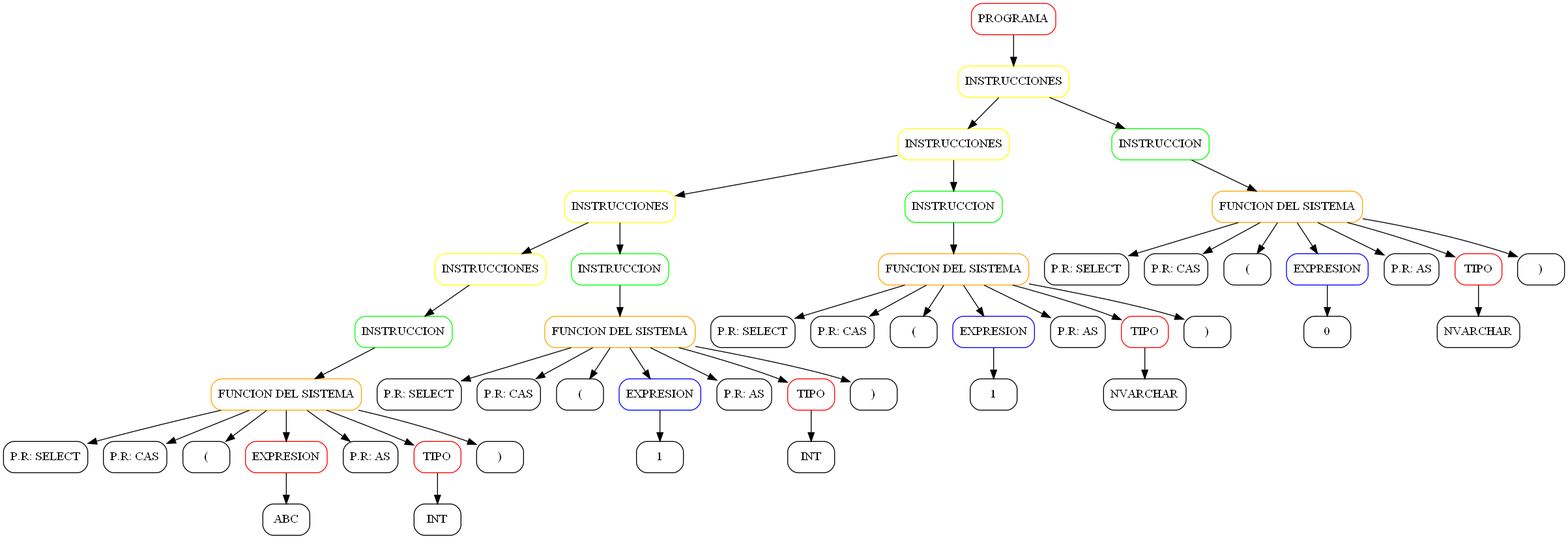
This is REPORTES/ARBOL/Query1.png from Eduardo1232000/OLC2-Proyecto1-3013805890101-2253625030901, a Graphviz export, as it was before one commit. Its source is kept beside it as REPORTES/ARBOL/Query1.dot.
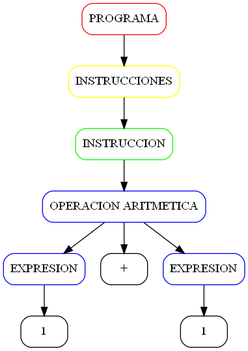
The same diagram one commit later.

Diff of the diagram source:
```diff
@@ -1,100 +1,20 @@
 digraph AST {
 node [shape=box, style=rounded];
-n9337679673[label="PROGRAMA" color="red"];
-n5073407990[label="INSTRUCCIONES" color="yellow"];
-n3522806836[label="INSTRUCCIONES" color="yellow"];
-n4946181949[label="INSTRUCCIONES" color="yellow"];
-n5564495911[label="INSTRUCCIONES" color="yellow"];
-n8078818508[label="INSTRUCCION" color="green"];
-n2171983502[label="FUNCION DEL SISTEMA" color="ORANGE"];
-n8000608158[label="P.R: SELECT" color="black"];
-n2171983502 -> n8000608158;
-n107181853[label="P.R: CAS" color="black"];
-n2171983502 -> n107181853;
-n3535733538[label="(" color="black"];
-n2171983502 -> n3535733538;
-n9427883044[label="EXPRESION" color="red"];
-n9739786805[label="ABC" color="black"];
-n9427883044 -> n9739786805;
-n2171983502 -> n9427883044;
-n9631284499[label="P.R: AS" color="black"];
-n2171983502 -> n9631284499;
-n5145216668[label="TIPO" color="red"];
-n5877692655[label="INT" color="black"];
-n5145216668 -> n5877692655;
-n2171983502 -> n5145216668;
-n3792011265[label=")" color="black"];
-n2171983502 -> n3792011265;
-n8078818508 -> n2171983502;
-n5564495911 -> n8078818508;
-n4946181949 -> n5564495911;
-n8700046115[label="INSTRUCCION" color="green"];
-n9846009032[label="FUNCION DEL SISTEMA" color="ORANGE"];
-n4687306324[label="P.R: SELECT" color="black"];
-n9846009032 -> n4687306324;
-n8474807519[label="P.R: CAS" color="black"];
-n9846009032 -> n8474807519;
-n329217504[label="(" color="black"];
-n9846009032 -> n329217504;
-n6994609960[label="EXPRESION" color="blue"];
-n2593455195[label="1" color="black"];
-n6994609960 -> n2593455195;
-n9846009032 -> n6994609960;
-n7449066591[label="P.R: AS" color="black"];
-n9846009032 -> n7449066591;
-n4314371347[label="TIPO" color="red"];
-n4601009059[label="INT" color="black"];
-n4314371347 -> n4601009059;
-n9846009032 -> n4314371347;
-n8415596453[label=")" color="black"];
-n9846009032 -> n8415596453;
-n8700046115 -> n9846009032;
-n4946181949 -> n8700046115;
-n3522806836 -> n4946181949;
-n6994036718[label="INSTRUCCION" color="green"];
-n7008363224[label="FUNCION DEL SISTEMA" color="ORANGE"];
-n3247039778[label="P.R: SELECT" color="black"];
-n7008363224 -> n3247039778;
-n9908584799[label="P.R: CAS" color="black"];
-n7008363224 -> n9908584799;
-n9038994030[label="(" color="black"];
-n7008363224 -> n9038994030;
-n3067422960[label="EXPRESION" color="blue"];
-n5391144148[label="1" color="black"];
-n3067422960 -> n5391144148;
-n7008363224 -> n3067422960;
-n8991025572[label="P.R: AS" color="black"];
-n7008363224 -> n8991025572;
-n6665583188[label="TIPO" color="red"];
-n8998189491[label="NVARCHAR" color="black"];
-n6665583188 -> n8998189491;
-n7008363224 -> n6665583188;
-n3948626616[label=")" color="black"];
-n7008363224 -> n3948626616;
-n6994036718 -> n7008363224;
-n3522806836 -> n6994036718;
-n5073407990 -> n3522806836;
-n4529636760[label="INSTRUCCION" color="green"];
-n4611014353[label="FUNCION DEL SISTEMA" color="ORANGE"];
-n679074640[label="P.R: SELECT" color="black"];
-n4611014353 -> n679074640;
-n724374344[label="P.R: CAS" color="black"];
-n4611014353 -> n724374344;
-n7677630791[label="(" color="black"];
-n4611014353 -> n7677630791;
-n4471378450[label="EXPRESION" color="blue"];
-n207655150[label="0" color="black"];
-n4471378450 -> n207655150;
-n4611014353 -> n4471378450;
-n8986356258[label="P.R: AS" color="black"];
-n4611014353 -> n8986356258;
-n7847964200[label="TIPO" color="red"];
-n6389851471[label="NVARCHAR" color="black"];
-n7847964200 -> n6389851471;
-n4611014353 -> n7847964200;
-n3598341496[label=")" color="black"];
-n4611014353 -> n3598341496;
-n4529636760 -> n4611014353;
-n5073407990 -> n4529636760;
-n9337679673 -> n5073407990;
+n4337987873[label="PROGRAMA" color="red"];
+n6999509080[label="INSTRUCCIONES" color="yellow"];
+n4375047680[label="INSTRUCCION" color="green"];
+n1339965662[label="OPERACION ARITMETICA" color="blue"];
+n5389726854[label="EXPRESION" color="blue"];
+n8958386913[label="1" color="black"];
+n5389726854 -> n8958386913;
+n1339965662 -> n5389726854;
+n3386257178[label="+" color="black"];
+n1339965662 -> n3386257178;
+n6200019206[label="EXPRESION" color="blue"];
+n2818228134[label="1" color="black"];
+n6200019206 -> n2818228134;
+n1339965662 -> n6200019206;
+n4375047680 -> n1339965662;
+n6999509080 -> n4375047680;
+n4337987873 -> n6999509080;
 }
```
